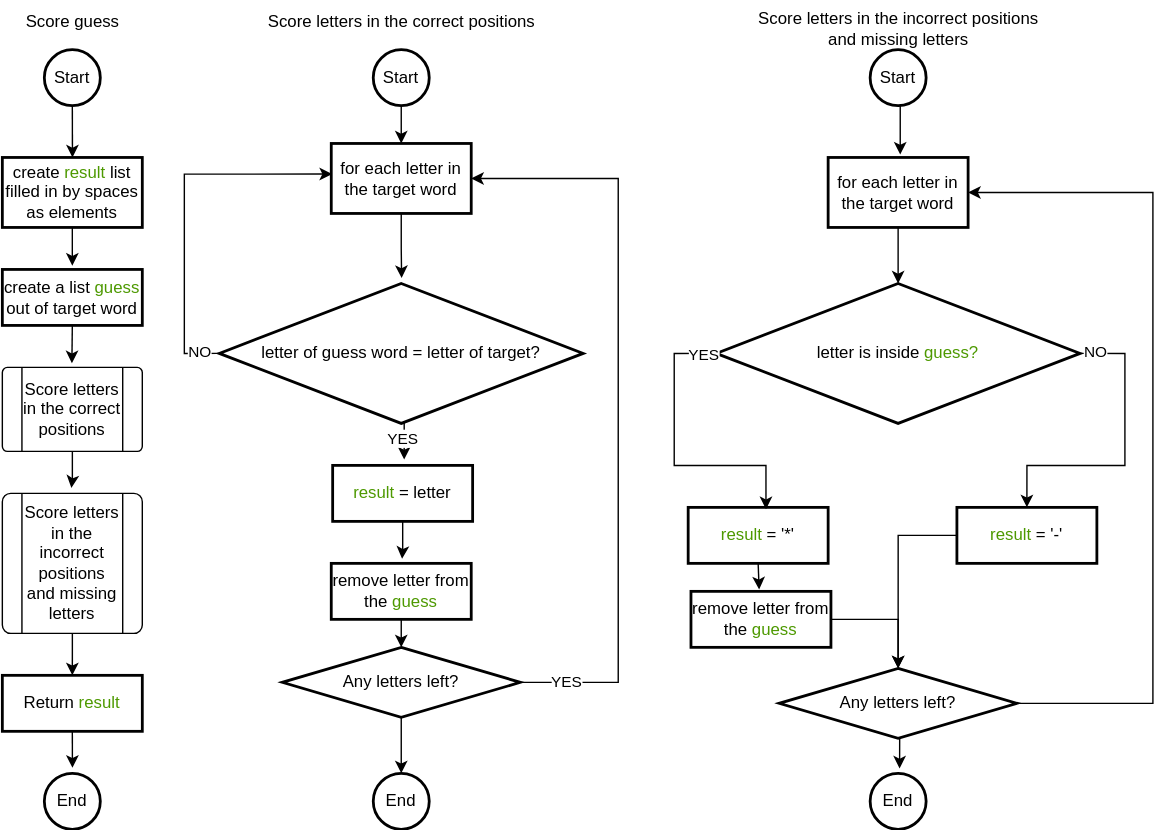
Before: Wordle_flowchart.drawio.svg, a diagram exported from draw.io (Alex-Gunn/QuestDeclining). Source tidied: cells renumbered, new cells last; positions are measured from the earlier drawing's top-left corner, leaving out a move shared by most shapes.
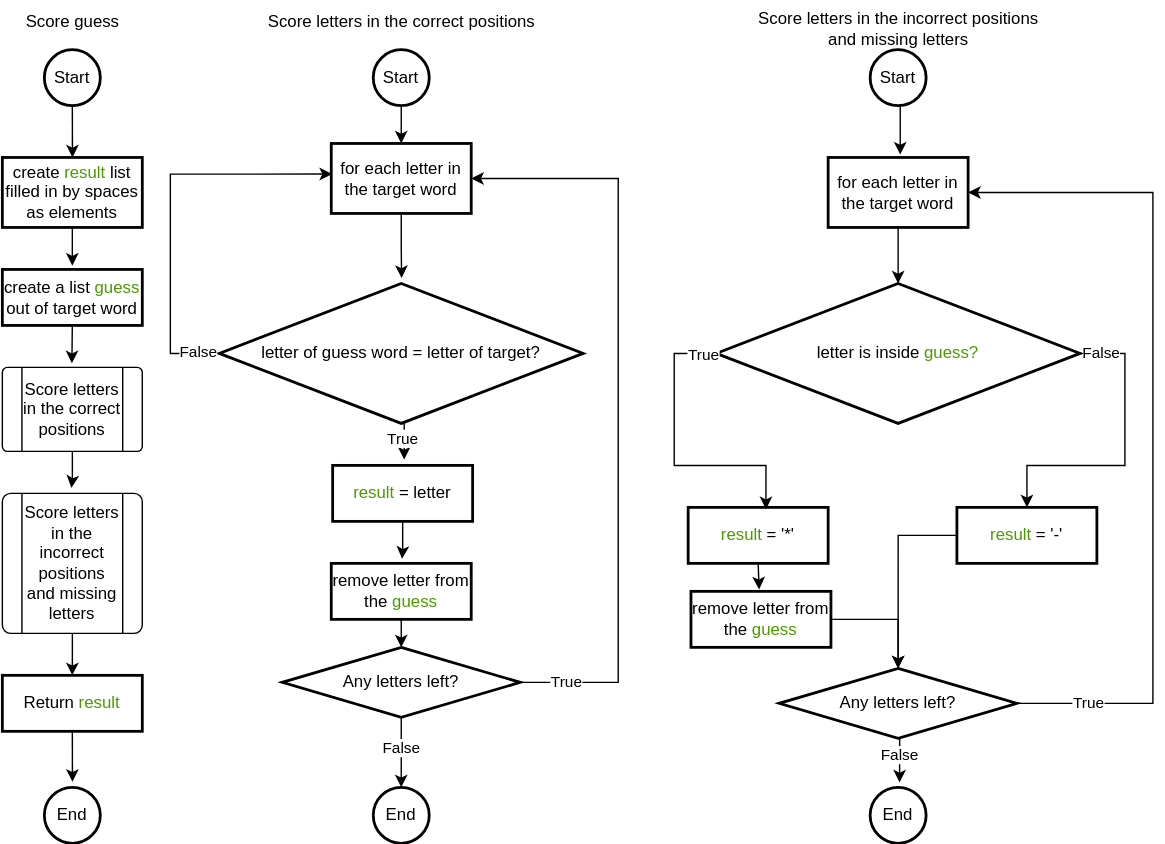
After the change.

What changed in the source:
```diff
@@ -55,7 +55,7 @@
         </Array>
       </mxGeometry>
     </mxCell>
-    <mxCell id="18" value="YES" style="edgeLabel;html=1;align=center;verticalAlign=middle;" parent="17" vertex="1">
+    <mxCell id="18" value="True" style="edgeLabel;html=1;align=center;verticalAlign=middle;" parent="17" vertex="1">
       <mxGeometry x="-0.88" relative="1" as="geometry" />
     </mxCell>
     <mxCell id="19" value="remove letter from the &lt;font color=&quot;#4d9900&quot;&gt;guess&lt;/font&gt;" style="rounded=0;whiteSpace=wrap;html=1;absoluteArcSize=1;arcSize=14;strokeWidth=2;" parent="1" vertex="1">
@@ -64,7 +64,7 @@
     <mxCell id="20" style="edgeStyle=orthogonalEdgeStyle;rounded=0;jettySize=auto;html=1;exitX=0.5;exitY=1;exitDx=0;exitDy=0;exitPerimeter=0;entryX=0.511;entryY=-0.104;entryDx=0;entryDy=0;entryPerimeter=0;" parent="1" edge="1" source="15" target="16">
       <mxGeometry relative="1" as="geometry" />
     </mxCell>
-    <mxCell id="21" value="YES" style="edgeLabel;html=1;align=center;verticalAlign=middle;" parent="20" vertex="1">
+    <mxCell id="21" value="True" style="edgeLabel;html=1;align=center;verticalAlign=middle;" parent="20" vertex="1">
       <mxGeometry x="-0.06" y="-1" relative="1" as="geometry" />
     </mxCell>
     <mxCell id="22" style="edgeStyle=orthogonalEdgeStyle;rounded=0;jettySize=auto;html=1;entryX=0.506;entryY=-0.082;entryDx=0;entryDy=0;entryPerimeter=0;" parent="1" edge="1" source="16" target="19">
@@ -73,12 +73,12 @@
     <mxCell id="23" style="edgeStyle=orthogonalEdgeStyle;rounded=0;jettySize=auto;html=1;exitX=0;exitY=0.5;exitDx=0;exitDy=0;exitPerimeter=0;entryX=0.006;entryY=0.437;entryDx=0;entryDy=0;entryPerimeter=0;" parent="1" edge="1" source="15" target="14">
       <mxGeometry relative="1" as="geometry">
         <Array as="points">
-          <mxPoint x="130" y="252" />
-          <mxPoint x="130" y="124" />
+          <mxPoint x="120" y="252" />
+          <mxPoint x="120" y="124" />
         </Array>
       </mxGeometry>
     </mxCell>
-    <mxCell id="24" value="NO" style="edgeLabel;html=1;align=center;verticalAlign=middle;" parent="23" vertex="1">
+    <mxCell id="24" value="False" style="edgeLabel;html=1;align=center;verticalAlign=middle;" parent="23" vertex="1">
       <mxGeometry x="-0.89" y="-1" relative="1" as="geometry" />
     </mxCell>
     <mxCell id="25" style="edgeStyle=orthogonalEdgeStyle;rounded=0;jettySize=auto;html=1;exitX=0.5;exitY=1;exitDx=0;exitDy=0;entryX=0.501;entryY=-0.039;entryDx=0;entryDy=0;entryPerimeter=0;" parent="1" edge="1" source="14" target="15">
@@ -87,6 +87,9 @@
     <mxCell id="26" style="edgeStyle=orthogonalEdgeStyle;rounded=0;jettySize=auto;html=1;" parent="1" edge="1" source="27" target="51">
       <mxGeometry relative="1" as="geometry" />
     </mxCell>
+    <mxCell id="55" value="False" style="edgeLabel;html=1;align=center;verticalAlign=middle;" parent="26" vertex="1">
+      <mxGeometry x="-0.13" relative="1" as="geometry" />
+    </mxCell>
     <mxCell id="27" value="Any letters left?" style="strokeWidth=2;html=1;shape=mxgraph.flowchart.decision;whiteSpace=wrap;" parent="1" vertex="1">
       <mxGeometry x="200" y="462" width="170" height="50" as="geometry" />
     </mxCell>
@@ -108,6 +111,9 @@
     <mxCell id="31" value="NO" style="edgeLabel;html=1;align=center;verticalAlign=middle;" parent="30" vertex="1">
       <mxGeometry x="-0.9" y="1" relative="1" as="geometry" />
     </mxCell>
+    <mxCell id="56" value="False" style="edgeLabel;html=1;align=center;verticalAlign=middle;" parent="30" vertex="1">
+      <mxGeometry x="-0.86" relative="1" as="geometry" />
+    </mxCell>
     <mxCell id="32" value="letter is inside &lt;font color=&quot;#4d9900&quot;&gt;guess?&lt;/font&gt;" style="strokeWidth=2;html=1;shape=mxgraph.flowchart.decision;whiteSpace=wrap;" parent="1" vertex="1">
       <mxGeometry x="510" y="202" width="260" height="100" as="geometry" />
     </mxCell>
@@ -126,7 +132,7 @@
         </Array>
       </mxGeometry>
     </mxCell>
-    <mxCell id="36" value="YES" style="edgeLabel;html=1;align=center;verticalAlign=middle;" parent="35" vertex="1">
+    <mxCell id="36" value="True" style="edgeLabel;html=1;align=center;verticalAlign=middle;" parent="35" vertex="1">
       <mxGeometry x="-0.91" y="1" relative="1" as="geometry" />
     </mxCell>
     <mxCell id="37" style="edgeStyle=orthogonalEdgeStyle;rounded=0;jettySize=auto;html=1;exitX=0.5;exitY=1;exitDx=0;exitDy=0;entryX=0.487;entryY=-0.035;entryDx=0;entryDy=0;entryPerimeter=0;" parent="1" edge="1" source="33" target="34">
@@ -143,6 +149,9 @@
         </Array>
       </mxGeometry>
     </mxCell>
+    <mxCell id="57" value="True" style="edgeLabel;html=1;align=center;verticalAlign=middle;" parent="39" vertex="1">
+      <mxGeometry x="-0.83" relative="1" as="geometry" />
+    </mxCell>
     <mxCell id="40" value="Any letters left?" style="strokeWidth=2;html=1;shape=mxgraph.flowchart.decision;whiteSpace=wrap;" parent="1" vertex="1">
       <mxGeometry x="555" y="477" width="170" height="50" as="geometry" />
     </mxCell>
@@ -174,13 +183,13 @@
       <mxGeometry relative="1" as="geometry" />
     </mxCell>
     <mxCell id="50" value="End" style="strokeWidth=2;html=1;shape=mxgraph.flowchart.start_2;whiteSpace=wrap;" parent="1" vertex="1">
-      <mxGeometry x="30" y="552" width="40" height="40" as="geometry" />
+      <mxGeometry x="30" y="562" width="40" height="40" as="geometry" />
     </mxCell>
     <mxCell id="51" value="End" style="strokeWidth=2;html=1;shape=mxgraph.flowchart.start_2;whiteSpace=wrap;" parent="1" vertex="1">
-      <mxGeometry x="265" y="552" width="40" height="40" as="geometry" />
+      <mxGeometry x="265" y="562" width="40" height="40" as="geometry" />
     </mxCell>
     <mxCell id="52" value="End" style="strokeWidth=2;html=1;shape=mxgraph.flowchart.start_2;whiteSpace=wrap;" parent="1" vertex="1">
-      <mxGeometry x="620" y="552" width="40" height="40" as="geometry" />
+      <mxGeometry x="620" y="562" width="40" height="40" as="geometry" />
     </mxCell>
     <mxCell id="53" style="edgeStyle=orthogonalEdgeStyle;rounded=0;jettySize=auto;html=1;exitX=0.5;exitY=1;exitDx=0;exitDy=0;entryX=0.502;entryY=-0.098;entryDx=0;entryDy=0;entryPerimeter=0;" parent="1" edge="1" source="11" target="50">
       <mxGeometry relative="1" as="geometry" />
@@ -188,5 +197,8 @@
     <mxCell id="54" style="edgeStyle=orthogonalEdgeStyle;rounded=0;jettySize=auto;html=1;exitX=0.5;exitY=1;exitDx=0;exitDy=0;exitPerimeter=0;entryX=0.526;entryY=-0.086;entryDx=0;entryDy=0;entryPerimeter=0;" parent="1" edge="1" source="40" target="52">
       <mxGeometry relative="1" as="geometry" />
     </mxCell>
+    <mxCell id="58" value="False" style="edgeLabel;html=1;align=center;verticalAlign=middle;" parent="54" vertex="1">
+      <mxGeometry x="-0.23" relative="1" as="geometry" />
+    </mxCell>
   </root>
 </mxGraphModel>
```
